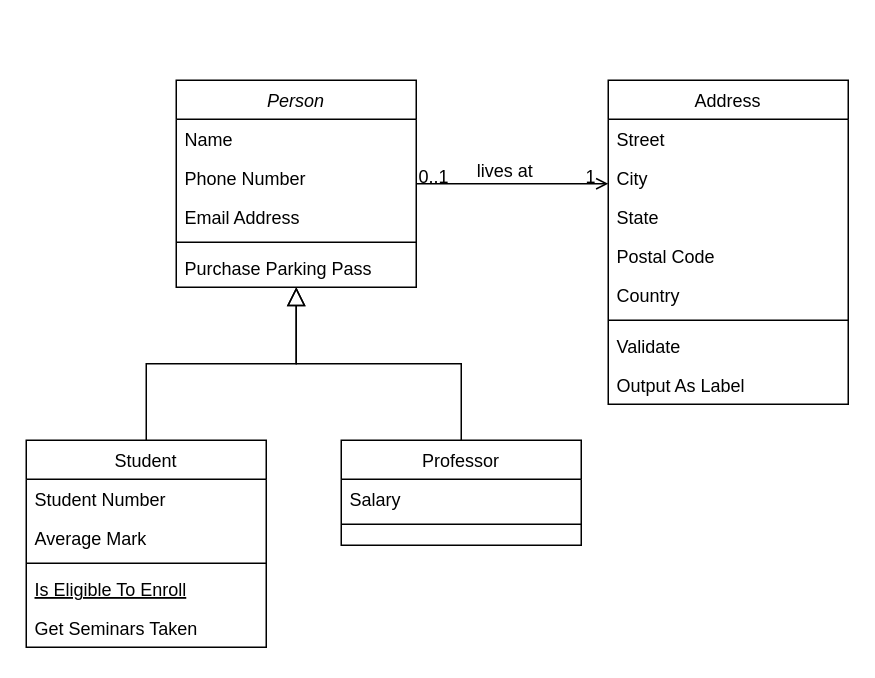
Earlier version of the draw.io diagram Untitled Diagram.drawio (Tongxin-Sun/translyze). Source tidied: cells renumbered, new cells numbered last; positions are measured from the earlier drawing's top-left corner, leaving out a move shared by most shapes. Both pictures are drawn from the tidied source at 150%, with x=0, y=0 at pixel (26, 80).
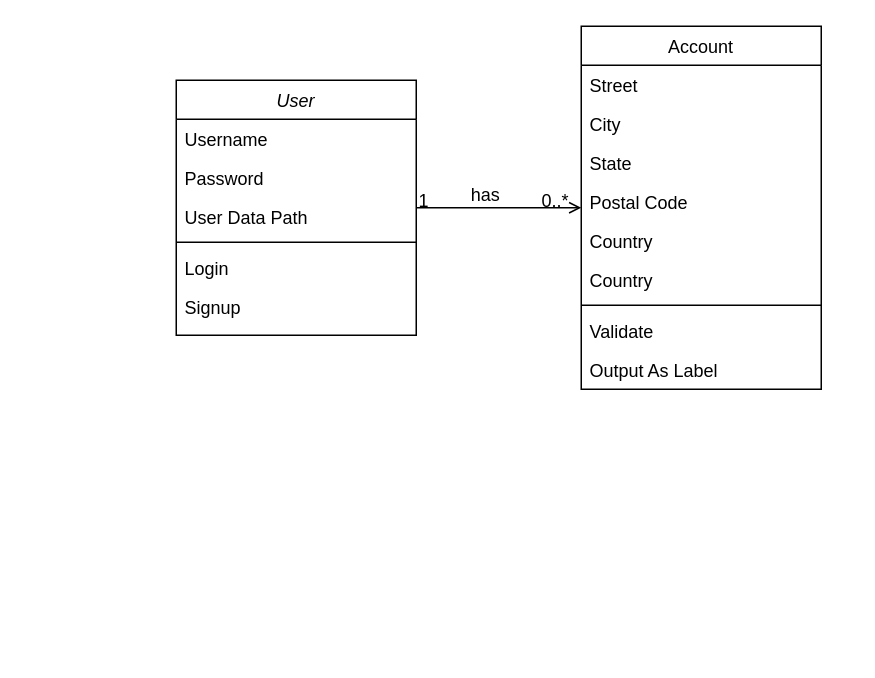
After the change.

Commit message:
Add the User class and the relationship between User and Account

Unchanged cells that the change refers to:
```xml
<mxCell id="28" style="endArrow=open;shadow=0;strokeWidth=1;rounded=0;curved=0;endFill=1;edgeStyle=elbowEdgeStyle;elbow=vertical;" parent="1" edge="1" source="2" target="19">
  <mxGeometry x="0.5" y="41" relative="1" as="geometry">
    <mxPoint x="-40" y="32" as="offset" />
  </mxGeometry>
</mxCell>
```

The edit, as a diff of the source:
```diff
@@
-    <mxCell id="2" value="Person" style="swimlane;fontStyle=2;align=center;verticalAlign=top;horizontal=1;startSize=26;rounded=0;shadow=0;strokeWidth=1;" parent="1" vertex="1">
-      <mxGeometry x="100" width="160" height="138" as="geometry" />
+    <mxCell id="2" value="User" style="swimlane;fontStyle=2;align=center;verticalAlign=top;horizontal=1;startSize=26;rounded=0;shadow=0;strokeWidth=1;" parent="1" vertex="1">
+      <mxGeometry x="100" width="160" height="170" as="geometry" />
     </mxCell>
-    <mxCell id="3" value="Name" style="text;align=left;verticalAlign=top;spacingLeft=4;spacingRight=4;overflow=hidden;" parent="2" vertex="1">
+    <mxCell id="3" value="Username" style="text;align=left;verticalAlign=top;spacingLeft=4;spacingRight=4;overflow=hidden;" parent="2" vertex="1">
       <mxGeometry y="26" width="160" height="26" as="geometry" />
     </mxCell>
-    <mxCell id="4" value="Phone Number" style="text;align=left;verticalAlign=top;spacingLeft=4;spacingRight=4;overflow=hidden;rounded=0;shadow=0;html=0;" parent="2" vertex="1">
+    <mxCell id="4" value="Password" style="text;align=left;verticalAlign=top;spacingLeft=4;spacingRight=4;overflow=hidden;rounded=0;shadow=0;html=0;" parent="2" vertex="1">
       <mxGeometry y="52" width="160" height="26" as="geometry" />
     </mxCell>
-    <mxCell id="5" value="Email Address" style="text;align=left;verticalAlign=top;spacingLeft=4;spacingRight=4;overflow=hidden;rounded=0;shadow=0;html=0;" parent="2" vertex="1">
+    <mxCell id="5" value="User Data Path" style="text;align=left;verticalAlign=top;spacingLeft=4;spacingRight=4;overflow=hidden;rounded=0;shadow=0;html=0;" parent="2" vertex="1">
       <mxGeometry y="78" width="160" height="26" as="geometry" />
     </mxCell>
@@
-    <mxCell id="7" value="Purchase Parking Pass" style="text;align=left;verticalAlign=top;spacingLeft=4;spacingRight=4;overflow=hidden;" parent="2" vertex="1">
+    <mxCell id="7" value="Login" style="text;align=left;verticalAlign=top;spacingLeft=4;spacingRight=4;overflow=hidden;" parent="2" vertex="1">
       <mxGeometry y="112" width="160" height="26" as="geometry" />
     </mxCell>
-    <mxCell id="8" value="Student" style="swimlane;fontStyle=0;align=center;verticalAlign=top;horizontal=1;startSize=26;rounded=0;shadow=0;strokeWidth=1;" parent="1" vertex="1">
-      <mxGeometry y="240" width="160" height="138" as="geometry" />
-    </mxCell>
-    <mxCell id="9" value="Student Number" style="text;align=left;verticalAlign=top;spacingLeft=4;spacingRight=4;overflow=hidden;" parent="8" vertex="1">
-      <mxGeometry y="26" width="160" height="26" as="geometry" />
-    </mxCell>
-    <mxCell id="10" value="Average Mark" style="text;align=left;verticalAlign=top;spacingLeft=4;spacingRight=4;overflow=hidden;rounded=0;shadow=0;html=0;" parent="8" vertex="1">
-      <mxGeometry y="52" width="160" height="26" as="geometry" />
-    </mxCell>
-    <mxCell id="11" style="line;html=1;strokeWidth=1;align=left;verticalAlign=middle;spacingTop=-1;spacingLeft=3;spacingRight=3;labelPosition=right;" parent="8" vertex="1">
-      <mxGeometry y="78" width="160" height="8" as="geometry" />
-    </mxCell>
-    <mxCell id="12" value="Is Eligible To Enroll" style="text;align=left;verticalAlign=top;spacingLeft=4;spacingRight=4;overflow=hidden;fontStyle=4;" parent="8" vertex="1">
-      <mxGeometry y="86" width="160" height="26" as="geometry" />
-    </mxCell>
-    <mxCell id="13" value="Get Seminars Taken" style="text;align=left;verticalAlign=top;spacingLeft=4;spacingRight=4;overflow=hidden;" parent="8" vertex="1">
-      <mxGeometry y="112" width="160" height="26" as="geometry" />
-    </mxCell>
-    <mxCell id="14" style="endArrow=block;endSize=10;endFill=0;shadow=0;strokeWidth=1;rounded=0;curved=0;edgeStyle=elbowEdgeStyle;elbow=vertical;" parent="1" edge="1" source="8" target="2">
-      <mxGeometry relative="1" as="geometry" />
-    </mxCell>
-    <mxCell id="15" value="Professor" style="swimlane;fontStyle=0;align=center;verticalAlign=top;horizontal=1;startSize=26;rounded=0;shadow=0;strokeWidth=1;" parent="1" vertex="1">
-      <mxGeometry x="210" y="240" width="160" height="70" as="geometry" />
-    </mxCell>
-    <mxCell id="16" value="Salary" style="text;align=left;verticalAlign=top;spacingLeft=4;spacingRight=4;overflow=hidden;" parent="15" vertex="1">
-      <mxGeometry y="26" width="160" height="26" as="geometry" />
-    </mxCell>
-    <mxCell id="17" style="line;html=1;strokeWidth=1;align=left;verticalAlign=middle;spacingTop=-1;spacingLeft=3;spacingRight=3;labelPosition=right;" parent="15" vertex="1">
-      <mxGeometry y="52" width="160" height="8" as="geometry" />
-    </mxCell>
-    <mxCell id="18" style="endArrow=block;endSize=10;endFill=0;shadow=0;strokeWidth=1;rounded=0;curved=0;edgeStyle=elbowEdgeStyle;elbow=vertical;" parent="1" edge="1" source="15" target="2">
-      <mxGeometry relative="1" as="geometry" />
-    </mxCell>
-    <mxCell id="19" value="Address" style="swimlane;fontStyle=0;align=center;verticalAlign=top;horizontal=1;startSize=26;rounded=0;shadow=0;strokeWidth=1;" parent="1" vertex="1">
-      <mxGeometry x="388" width="160" height="216" as="geometry" />
+    <mxCell id="19" value="Account" style="swimlane;fontStyle=0;align=center;verticalAlign=top;horizontal=1;startSize=26;rounded=0;shadow=0;strokeWidth=1;" parent="1" vertex="1">
+      <mxGeometry x="370" y="-36" width="160" height="242" as="geometry" />
     </mxCell>
@@
+    <mxCell id="32" value="Country" style="text;align=left;verticalAlign=top;spacingLeft=4;spacingRight=4;overflow=hidden;rounded=0;shadow=0;html=0;" parent="19" vertex="1">
+      <mxGeometry y="130" width="160" height="26" as="geometry" />
+    </mxCell>
     <mxCell id="24" value="Country" style="text;align=left;verticalAlign=top;spacingLeft=4;spacingRight=4;overflow=hidden;rounded=0;shadow=0;html=0;" parent="19" vertex="1">
-      <mxGeometry y="130" width="160" height="26" as="geometry" />
+      <mxGeometry y="156" width="160" height="26" as="geometry" />
     </mxCell>
     <mxCell id="25" style="line;html=1;strokeWidth=1;align=left;verticalAlign=middle;spacingTop=-1;spacingLeft=3;spacingRight=3;labelPosition=right;" parent="19" vertex="1">
-      <mxGeometry y="156" width="160" height="8" as="geometry" />
+      <mxGeometry y="182" width="160" height="8" as="geometry" />
     </mxCell>
     <mxCell id="26" value="Validate" style="text;align=left;verticalAlign=top;spacingLeft=4;spacingRight=4;overflow=hidden;" parent="19" vertex="1">
-      <mxGeometry y="164" width="160" height="26" as="geometry" />
+      <mxGeometry y="190" width="160" height="26" as="geometry" />
     </mxCell>
     <mxCell id="27" value="Output As Label" style="text;align=left;verticalAlign=top;spacingLeft=4;spacingRight=4;overflow=hidden;" parent="19" vertex="1">
-      <mxGeometry y="190" width="160" height="26" as="geometry" />
+      <mxGeometry y="216" width="160" height="26" as="geometry" />
     </mxCell>
@@
-    <mxCell id="29" value="0..1" style="align=left;verticalAlign=bottom;labelBackgroundColor=none;fontSize=12;" parent="28" vertex="1">
+    <mxCell id="29" value="1" style="align=left;verticalAlign=bottom;labelBackgroundColor=none;fontSize=12;" parent="28" vertex="1">
       <mxGeometry x="-1" relative="1" as="geometry">
         <mxPoint y="4" as="offset" />
       </mxGeometry>
     </mxCell>
-    <mxCell id="30" value="1" style="align=right;verticalAlign=bottom;labelBackgroundColor=none;fontSize=12;" parent="28" vertex="1">
+    <mxCell id="30" value="0..*" style="align=right;verticalAlign=bottom;labelBackgroundColor=none;fontSize=12;" parent="28" vertex="1">
       <mxGeometry x="1" relative="1" as="geometry">
         <mxPoint x="-7" y="4" as="offset" />
       </mxGeometry>
     </mxCell>
-    <mxCell id="31" value="lives at" style="text;html=1;align=center;verticalAlign=middle;labelBackgroundColor=none;rounded=0;shadow=0;strokeWidth=1;fontSize=12;" parent="28" vertex="1">
+    <mxCell id="31" value="has" style="text;html=1;align=center;verticalAlign=middle;labelBackgroundColor=none;rounded=0;shadow=0;strokeWidth=1;fontSize=12;" parent="28" vertex="1">
       <mxGeometry x="0.5" y="49" relative="1" as="geometry">
         <mxPoint x="-38" y="40" as="offset" />
       </mxGeometry>
     </mxCell>
+    <mxCell id="33" value="Signup" style="text;align=left;verticalAlign=top;spacingLeft=4;spacingRight=4;overflow=hidden;" parent="1" vertex="1">
+      <mxGeometry x="100" y="138" width="160" height="26" as="geometry" />
+    </mxCell>
```
